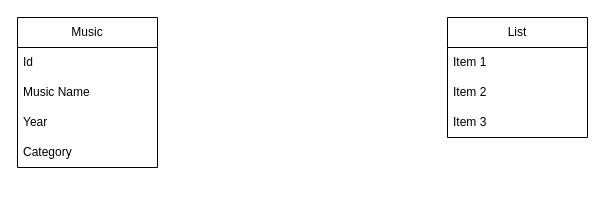
Before: Untitled Diagram.drawio in nemenxius/git_test, a draw.io diagram. Source tidied: cells renumbered, new cells numbered last; positions are measured from the earlier drawing's top-left corner, leaving out a move shared by most shapes. Both pictures are drawn from the tidied source at 100%, with x=0, y=0 at pixel (17, 17).
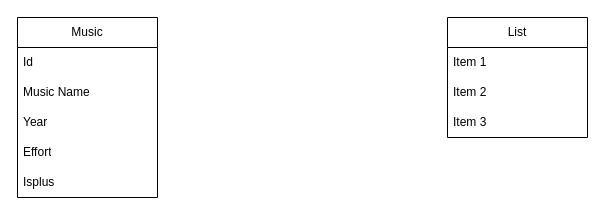
After the change.

What changed in the source:
```diff
@@
 <mxGraphModel>
   <root>
     <mxCell id="0" />
     <mxCell id="1" parent="0" />
     <mxCell id="2" value="Music" style="swimlane;fontStyle=0;horizontal=1;startSize=30;whiteSpace=wrap;html=1;" parent="1" vertex="1">
-      <mxGeometry width="140" height="150" as="geometry" />
+      <mxGeometry width="140" height="180" as="geometry" />
     </mxCell>
     <mxCell id="3" value="Id" style="text;strokeColor=none;fillColor=none;align=left;verticalAlign=middle;spacingLeft=4;spacingRight=4;overflow=hidden;whiteSpace=wrap;html=1;" parent="2" vertex="1">
       <mxGeometry y="30" width="140" height="30" as="geometry" />
     </mxCell>
     <mxCell id="4" value="Music Name" style="text;strokeColor=none;fillColor=none;align=left;verticalAlign=middle;spacingLeft=4;spacingRight=4;overflow=hidden;whiteSpace=wrap;html=1;" parent="2" vertex="1">
       <mxGeometry y="60" width="140" height="30" as="geometry" />
     </mxCell>
     <mxCell id="5" value="Year" style="text;strokeColor=none;fillColor=none;align=left;verticalAlign=middle;spacingLeft=4;spacingRight=4;overflow=hidden;whiteSpace=wrap;html=1;" parent="2" vertex="1">
       <mxGeometry y="90" width="140" height="30" as="geometry" />
     </mxCell>
-    <mxCell id="6" value="Category" style="text;strokeColor=none;fillColor=none;align=left;verticalAlign=middle;spacingLeft=4;spacingRight=4;overflow=hidden;whiteSpace=wrap;html=1;" parent="2" vertex="1">
-      <mxGeometry y="120" width="140" height="30" as="geometry" />
-    </mxCell>
+    <mxCell id="11" value="Effort" style="text;strokeColor=none;fillColor=none;align=left;verticalAlign=middle;spacingLeft=4;spacingRight=4;overflow=hidden;whiteSpace=wrap;html=1;" parent="2" vertex="1">
+      <mxGeometry y="120" width="140" height="30" as="geometry" />
+    </mxCell>
+    <mxCell id="12" value="Isplus" style="text;strokeColor=none;fillColor=none;align=left;verticalAlign=middle;spacingLeft=4;spacingRight=4;overflow=hidden;whiteSpace=wrap;html=1;" parent="2" vertex="1">
+      <mxGeometry y="150" width="140" height="30" as="geometry" />
+    </mxCell>
     <mxCell id="7" value="List" style="swimlane;fontStyle=0;horizontal=1;startSize=30;whiteSpace=wrap;html=1;" parent="1" vertex="1">
       <mxGeometry x="430" width="140" height="120" as="geometry" />
     </mxCell>
     <mxCell id="8" value="Item 1" style="text;strokeColor=none;fillColor=none;align=left;verticalAlign=middle;spacingLeft=4;spacingRight=4;overflow=hidden;whiteSpace=wrap;html=1;" parent="7" vertex="1">
       <mxGeometry y="30" width="140" height="30" as="geometry" />
     </mxCell>
     <mxCell id="9" value="Item 2" style="text;strokeColor=none;fillColor=none;align=left;verticalAlign=middle;spacingLeft=4;spacingRight=4;overflow=hidden;whiteSpace=wrap;html=1;" parent="7" vertex="1">
       <mxGeometry y="60" width="140" height="30" as="geometry" />
     </mxCell>
     <mxCell id="10" value="Item 3" style="text;strokeColor=none;fillColor=none;align=left;verticalAlign=middle;spacingLeft=4;spacingRight=4;overflow=hidden;whiteSpace=wrap;html=1;" parent="7" vertex="1">
       <mxGeometry y="90" width="140" height="30" as="geometry" />
     </mxCell>
   </root>
 </mxGraphModel>
```
